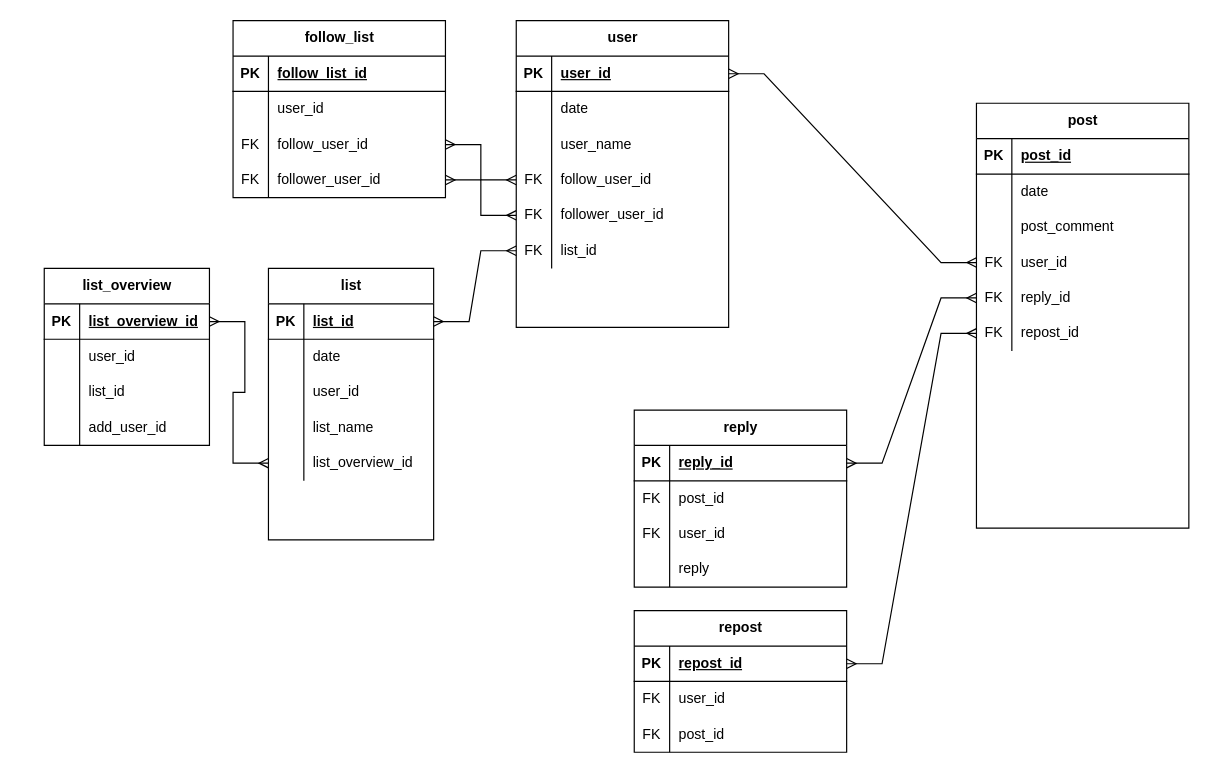
Before: X.drawio in namacosansan/ER, a draw.io diagram. Source tidied: cells renumbered, new cells numbered last; positions are measured from the earlier drawing's top-left corner, leaving out a move shared by most shapes. Both pictures are drawn from the tidied source at 118%, with x=0, y=0 at pixel (44, 20).
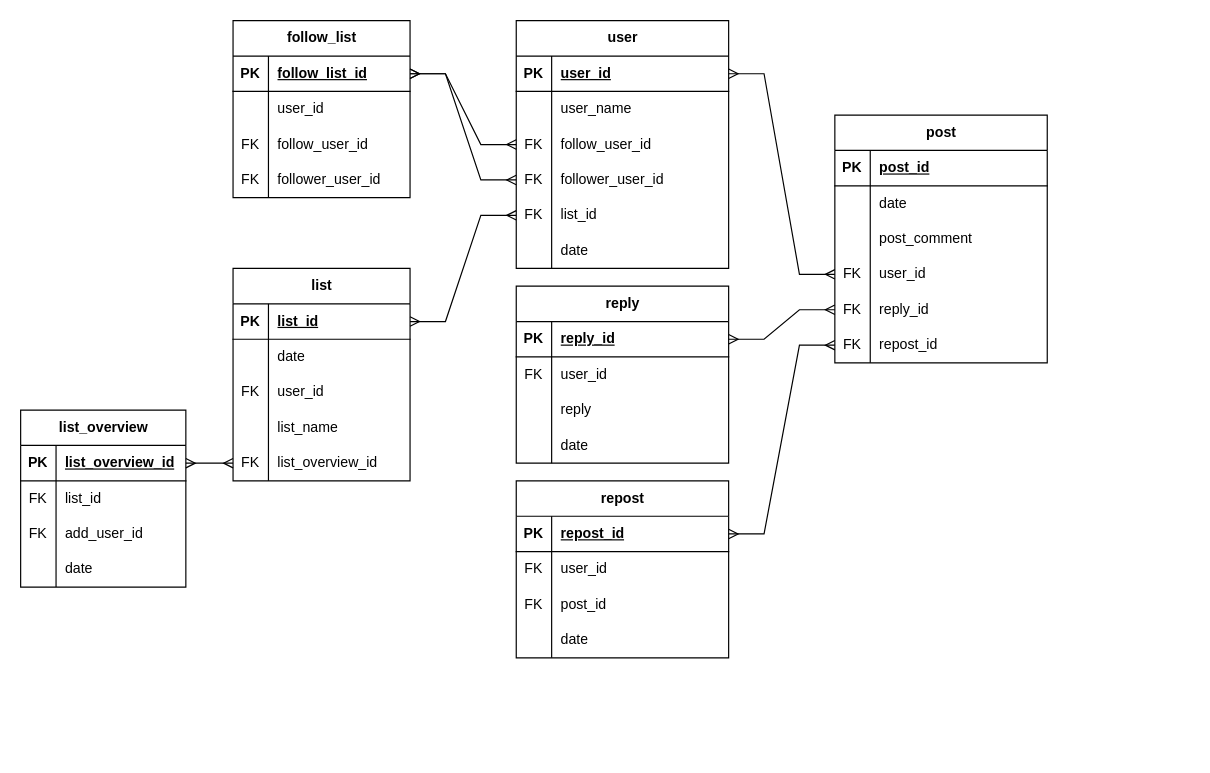
Above is the later version.

Commit message (it also covers changes not shown here):
X.drawio を更新します

The change refers to these unchanged cells:
```xml
<mxCell id="54" style="shape=tableRow;horizontal=0;startSize=0;swimlaneHead=0;swimlaneBody=0;fillColor=none;top=0;left=0;right=0;bottom=0;" parent="44" vertex="1">
  <mxGeometry y="120" width="140" height="30" as="geometry" />
</mxCell>
```

What changed in the source:
```diff
@@
     <mxCell id="2" value="user" style="shape=table;startSize=30;childLayout=tableLayout;rowLines=0;fontStyle=1;align=center;html=1;" parent="1" vertex="1">
-      <mxGeometry x="400" width="180" height="260" as="geometry" />
+      <mxGeometry x="400" width="180" height="210" as="geometry" />
     </mxCell>
@@
-    <mxCell id="6" style="shape=tableRow;horizontal=0;startSize=0;swimlaneHead=0;swimlaneBody=0;fillColor=none;top=0;left=0;right=0;bottom=0;" parent="2" vertex="1">
-      <mxGeometry y="60" width="180" height="30" as="geometry" />
-    </mxCell>
-    <mxCell id="7" style="shape=partialRectangle;fillColor=none;top=0;left=0;bottom=0;right=0;overflow=hidden;whiteSpace=wrap;html=1;" parent="6" vertex="1">
-      <mxGeometry width="30" height="30" as="geometry" />
-    </mxCell>
-    <mxCell id="8" value="date" style="shape=partialRectangle;fillColor=none;top=0;left=0;bottom=0;right=0;align=left;spacingLeft=6;overflow=hidden;whiteSpace=wrap;html=1;" parent="6" vertex="1">
-      <mxGeometry x="30" width="150" height="30" as="geometry" />
-    </mxCell>
     <mxCell id="9" style="shape=tableRow;horizontal=0;startSize=0;swimlaneHead=0;swimlaneBody=0;fillColor=none;top=0;left=0;right=0;bottom=0;" parent="2" vertex="1">
-      <mxGeometry y="90" width="180" height="30" as="geometry" />
+      <mxGeometry y="60" width="180" height="30" as="geometry" />
     </mxCell>
@@
     <mxCell id="12" style="shape=tableRow;horizontal=0;startSize=0;swimlaneHead=0;swimlaneBody=0;fillColor=none;points=[[0,0.5],[1,0.5]];portConstraint=eastwest;top=0;left=0;right=0;bottom=0;" parent="2" vertex="1">
-      <mxGeometry y="120" width="180" height="30" as="geometry" />
+      <mxGeometry y="90" width="180" height="30" as="geometry" />
     </mxCell>
@@
     <mxCell id="15" style="shape=tableRow;horizontal=0;startSize=0;swimlaneHead=0;swimlaneBody=0;fillColor=none;points=[[0,0.5],[1,0.5]];portConstraint=eastwest;top=0;left=0;right=0;bottom=0;" parent="2" vertex="1">
-      <mxGeometry y="150" width="180" height="30" as="geometry" />
+      <mxGeometry y="120" width="180" height="30" as="geometry" />
     </mxCell>
@@
     <mxCell id="18" style="shape=tableRow;horizontal=0;startSize=0;swimlaneHead=0;swimlaneBody=0;fillColor=none;points=[[0,0.5],[1,0.5]];portConstraint=eastwest;top=0;left=0;right=0;bottom=0;" parent="2" vertex="1">
-      <mxGeometry y="180" width="180" height="30" as="geometry" />
+      <mxGeometry y="150" width="180" height="30" as="geometry" />
     </mxCell>
@@
+    <mxCell id="112" style="shape=tableRow;horizontal=0;startSize=0;swimlaneHead=0;swimlaneBody=0;fillColor=none;top=0;left=0;right=0;bottom=0;" parent="2" vertex="1">
+      <mxGeometry y="180" width="180" height="30" as="geometry" />
+    </mxCell>
+    <mxCell id="113" style="shape=partialRectangle;fillColor=none;top=0;left=0;bottom=0;right=0;overflow=hidden;whiteSpace=wrap;html=1;" parent="112" vertex="1">
+      <mxGeometry width="30" height="30" as="geometry" />
+    </mxCell>
+    <mxCell id="114" value="date" style="shape=partialRectangle;fillColor=none;top=0;left=0;bottom=0;right=0;align=left;spacingLeft=6;overflow=hidden;whiteSpace=wrap;html=1;" parent="112" vertex="1">
+      <mxGeometry x="30" width="150" height="30" as="geometry" />
+    </mxCell>
     <mxCell id="21" value="reply" style="shape=table;startSize=30;childLayout=tableLayout;rowLines=0;fontStyle=1;align=center;html=1;" parent="1" vertex="1">
-      <mxGeometry x="500" y="330" width="180" height="150" as="geometry" />
+      <mxGeometry x="400" y="225" width="180" height="150" as="geometry" />
     </mxCell>
@@
-    <mxCell id="25" style="shape=tableRow;horizontal=0;startSize=0;swimlaneHead=0;swimlaneBody=0;fillColor=none;top=0;left=0;right=0;bottom=0;" parent="21" vertex="1">
-      <mxGeometry y="60" width="180" height="30" as="geometry" />
-    </mxCell>
-    <mxCell id="26" value="FK" style="shape=partialRectangle;fillColor=none;top=0;left=0;bottom=0;right=0;overflow=hidden;whiteSpace=wrap;html=1;" parent="25" vertex="1">
-      <mxGeometry width="30" height="30" as="geometry" />
-    </mxCell>
-    <mxCell id="27" value="post_id" style="shape=partialRectangle;fillColor=none;top=0;left=0;bottom=0;right=0;align=left;spacingLeft=6;overflow=hidden;whiteSpace=wrap;html=1;" parent="25" vertex="1">
-      <mxGeometry x="30" width="150" height="30" as="geometry" />
-    </mxCell>
     <mxCell id="28" style="shape=tableRow;horizontal=0;startSize=0;swimlaneHead=0;swimlaneBody=0;fillColor=none;top=0;left=0;right=0;bottom=0;" parent="21" vertex="1">
-      <mxGeometry y="90" width="180" height="30" as="geometry" />
+      <mxGeometry y="60" width="180" height="30" as="geometry" />
     </mxCell>
@@
     <mxCell id="31" style="shape=tableRow;horizontal=0;startSize=0;swimlaneHead=0;swimlaneBody=0;fillColor=none;top=0;left=0;right=0;bottom=0;" parent="21" vertex="1">
-      <mxGeometry y="120" width="180" height="30" as="geometry" />
+      <mxGeometry y="90" width="180" height="30" as="geometry" />
     </mxCell>
@@
+    <mxCell id="115" style="shape=tableRow;horizontal=0;startSize=0;swimlaneHead=0;swimlaneBody=0;fillColor=none;top=0;left=0;right=0;bottom=0;" parent="21" vertex="1">
+      <mxGeometry y="120" width="180" height="30" as="geometry" />
+    </mxCell>
+    <mxCell id="116" style="shape=partialRectangle;fillColor=none;top=0;left=0;bottom=0;right=0;overflow=hidden;whiteSpace=wrap;html=1;" parent="115" vertex="1">
+      <mxGeometry width="30" height="30" as="geometry" />
+    </mxCell>
+    <mxCell id="117" value="date" style="shape=partialRectangle;fillColor=none;top=0;left=0;bottom=0;right=0;align=left;spacingLeft=6;overflow=hidden;whiteSpace=wrap;html=1;" parent="115" vertex="1">
+      <mxGeometry x="30" width="150" height="30" as="geometry" />
+    </mxCell>
     <mxCell id="34" value="repost" style="shape=table;startSize=30;childLayout=tableLayout;rowLines=0;fontStyle=1;align=center;html=1;" parent="1" vertex="1">
-      <mxGeometry x="500" y="500" width="180" height="120" as="geometry" />
+      <mxGeometry x="400" y="390" width="180" height="150" as="geometry" />
     </mxCell>
@@
+    <mxCell id="118" style="shape=tableRow;horizontal=0;startSize=0;swimlaneHead=0;swimlaneBody=0;fillColor=none;top=0;left=0;right=0;bottom=0;" parent="34" vertex="1">
+      <mxGeometry y="120" width="180" height="30" as="geometry" />
+    </mxCell>
+    <mxCell id="119" style="shape=partialRectangle;fillColor=none;top=0;left=0;bottom=0;right=0;overflow=hidden;whiteSpace=wrap;html=1;" parent="118" vertex="1">
+      <mxGeometry width="30" height="30" as="geometry" />
+    </mxCell>
+    <mxCell id="120" value="date" style="shape=partialRectangle;fillColor=none;top=0;left=0;bottom=0;right=0;align=left;spacingLeft=6;overflow=hidden;whiteSpace=wrap;html=1;" parent="118" vertex="1">
+      <mxGeometry x="30" width="150" height="30" as="geometry" />
+    </mxCell>
     <mxCell id="44" value="list_overview" style="shape=table;startSize=30;childLayout=tableLayout;rowLines=0;fontStyle=1;align=center;html=1;" parent="1" vertex="1">
-      <mxGeometry y="210" width="140" height="150" as="geometry" />
+      <mxGeometry x="-20" y="330" width="140" height="150" as="geometry" />
     </mxCell>
@@
-    <mxCell id="48" style="shape=tableRow;horizontal=0;startSize=0;swimlaneHead=0;swimlaneBody=0;fillColor=none;top=0;left=0;right=0;bottom=0;" parent="44" vertex="1">
-      <mxGeometry y="60" width="140" height="30" as="geometry" />
-    </mxCell>
-    <mxCell id="49" style="shape=partialRectangle;fillColor=none;top=0;left=0;bottom=0;right=0;overflow=hidden;whiteSpace=wrap;html=1;" parent="48" vertex="1">
-      <mxGeometry width="30" height="30" as="geometry" />
-    </mxCell>
-    <mxCell id="50" value="user_id" style="shape=partialRectangle;fillColor=none;top=0;left=0;bottom=0;right=0;align=left;spacingLeft=6;overflow=hidden;whiteSpace=wrap;html=1;" parent="48" vertex="1">
-      <mxGeometry x="30" width="110" height="30" as="geometry" />
-    </mxCell>
     <mxCell id="51" style="shape=tableRow;horizontal=0;startSize=0;swimlaneHead=0;swimlaneBody=0;fillColor=none;top=0;left=0;right=0;bottom=0;" parent="44" vertex="1">
-      <mxGeometry y="90" width="140" height="30" as="geometry" />
+      <mxGeometry y="60" width="140" height="30" as="geometry" />
     </mxCell>
-    <mxCell id="52" style="shape=partialRectangle;fillColor=none;top=0;left=0;bottom=0;right=0;overflow=hidden;whiteSpace=wrap;html=1;" parent="51" vertex="1">
+    <mxCell id="52" value="FK" style="shape=partialRectangle;fillColor=none;top=0;left=0;bottom=0;right=0;overflow=hidden;whiteSpace=wrap;html=1;" parent="51" vertex="1">
       <mxGeometry width="30" height="30" as="geometry" />
     </mxCell>
@@
+    <mxCell id="121" style="shape=tableRow;horizontal=0;startSize=0;swimlaneHead=0;swimlaneBody=0;fillColor=none;top=0;left=0;right=0;bottom=0;" parent="44" vertex="1">
+      <mxGeometry y="90" width="140" height="30" as="geometry" />
+    </mxCell>
+    <mxCell id="26" value="FK" style="shape=partialRectangle;fillColor=none;top=0;left=0;bottom=0;right=0;overflow=hidden;whiteSpace=wrap;html=1;" parent="121" vertex="1">
+      <mxGeometry width="30" height="30" as="geometry" />
+    </mxCell>
+    <mxCell id="122" value="add_user_id" style="shape=partialRectangle;fillColor=none;top=0;left=0;bottom=0;right=0;align=left;spacingLeft=6;overflow=hidden;whiteSpace=wrap;html=1;" parent="121" vertex="1">
+      <mxGeometry x="30" width="110" height="30" as="geometry" />
+    </mxCell>
@@
-    <mxCell id="56" value="add_user_id" style="shape=partialRectangle;fillColor=none;top=0;left=0;bottom=0;right=0;align=left;spacingLeft=6;overflow=hidden;whiteSpace=wrap;html=1;" parent="54" vertex="1">
+    <mxCell id="56" value="date" style="shape=partialRectangle;fillColor=none;top=0;left=0;bottom=0;right=0;align=left;spacingLeft=6;overflow=hidden;whiteSpace=wrap;html=1;" parent="54" vertex="1">
       <mxGeometry x="30" width="110" height="30" as="geometry" />
     </mxCell>
     <mxCell id="57" value="list" style="shape=table;startSize=30;childLayout=tableLayout;rowLines=0;fontStyle=1;align=center;html=1;" parent="1" vertex="1">
-      <mxGeometry x="190" y="210" width="140" height="230" as="geometry" />
+      <mxGeometry x="160" y="210" width="150" height="180" as="geometry" />
     </mxCell>
     <mxCell id="58" style="shape=tableRow;horizontal=0;startSize=0;swimlaneHead=0;swimlaneBody=0;fillColor=none;points=[[0,0.5],[1,0.5]];portConstraint=eastwest;top=0;left=0;right=0;bottom=1;" parent="57" vertex="1">
-      <mxGeometry y="30" width="140" height="30" as="geometry" />
+      <mxGeometry y="30" width="150" height="30" as="geometry" />
     </mxCell>
@@
     <mxCell id="60" value="list_id" style="shape=partialRectangle;fillColor=none;top=0;left=0;bottom=0;right=0;align=left;spacingLeft=6;fontStyle=5;overflow=hidden;whiteSpace=wrap;html=1;" parent="58" vertex="1">
-      <mxGeometry x="30" width="110" height="30" as="geometry" />
+      <mxGeometry x="30" width="120" height="30" as="geometry" />
     </mxCell>
     <mxCell id="61" style="shape=tableRow;horizontal=0;startSize=0;swimlaneHead=0;swimlaneBody=0;fillColor=none;top=0;left=0;right=0;bottom=0;" parent="57" vertex="1">
-      <mxGeometry y="60" width="140" height="30" as="geometry" />
+      <mxGeometry y="60" width="150" height="30" as="geometry" />
     </mxCell>
@@
     <mxCell id="63" value="date" style="shape=partialRectangle;fillColor=none;top=0;left=0;bottom=0;right=0;align=left;spacingLeft=6;overflow=hidden;whiteSpace=wrap;html=1;" parent="61" vertex="1">
-      <mxGeometry x="30" width="110" height="30" as="geometry" />
+      <mxGeometry x="30" width="120" height="30" as="geometry" />
     </mxCell>
     <mxCell id="64" style="shape=tableRow;horizontal=0;startSize=0;swimlaneHead=0;swimlaneBody=0;fillColor=none;top=0;left=0;right=0;bottom=0;" parent="57" vertex="1">
-      <mxGeometry y="90" width="140" height="30" as="geometry" />
+      <mxGeometry y="90" width="150" height="30" as="geometry" />
     </mxCell>
-    <mxCell id="65" style="shape=partialRectangle;fillColor=none;top=0;left=0;bottom=0;right=0;overflow=hidden;whiteSpace=wrap;html=1;" parent="64" vertex="1">
+    <mxCell id="65" value="FK" style="shape=partialRectangle;fillColor=none;top=0;left=0;bottom=0;right=0;overflow=hidden;whiteSpace=wrap;html=1;" parent="64" vertex="1">
       <mxGeometry width="30" height="30" as="geometry" />
     </mxCell>
     <mxCell id="66" value="user_id" style="shape=partialRectangle;fillColor=none;top=0;left=0;bottom=0;right=0;align=left;spacingLeft=6;overflow=hidden;whiteSpace=wrap;html=1;" parent="64" vertex="1">
-      <mxGeometry x="30" width="110" height="30" as="geometry" />
+      <mxGeometry x="30" width="120" height="30" as="geometry" />
     </mxCell>
     <mxCell id="67" style="shape=tableRow;horizontal=0;startSize=0;swimlaneHead=0;swimlaneBody=0;fillColor=none;top=0;left=0;right=0;bottom=0;" parent="57" vertex="1">
-      <mxGeometry y="120" width="140" height="30" as="geometry" />
+      <mxGeometry y="120" width="150" height="30" as="geometry" />
     </mxCell>
@@
     <mxCell id="69" value="list_name" style="shape=partialRectangle;fillColor=none;top=0;left=0;bottom=0;right=0;align=left;spacingLeft=6;overflow=hidden;whiteSpace=wrap;html=1;" parent="67" vertex="1">
-      <mxGeometry x="30" width="110" height="30" as="geometry" />
+      <mxGeometry x="30" width="120" height="30" as="geometry" />
     </mxCell>
     <mxCell id="70" style="shape=tableRow;horizontal=0;startSize=0;swimlaneHead=0;swimlaneBody=0;fillColor=none;points=[[0,0.5],[1,0.5]];portConstraint=eastwest;top=0;left=0;right=0;bottom=0;" parent="57" vertex="1">
-      <mxGeometry y="150" width="140" height="30" as="geometry" />
+      <mxGeometry y="150" width="150" height="30" as="geometry" />
     </mxCell>
-    <mxCell id="71" style="shape=partialRectangle;fillColor=none;top=0;left=0;bottom=0;right=0;overflow=hidden;whiteSpace=wrap;html=1;" parent="70" vertex="1">
+    <mxCell id="71" value="FK" style="shape=partialRectangle;fillColor=none;top=0;left=0;bottom=0;right=0;overflow=hidden;whiteSpace=wrap;html=1;" parent="70" vertex="1">
       <mxGeometry width="30" height="30" as="geometry" />
     </mxCell>
     <mxCell id="72" value="list_overview_id" style="shape=partialRectangle;fillColor=none;top=0;left=0;bottom=0;right=0;align=left;spacingLeft=6;overflow=hidden;whiteSpace=wrap;html=1;" parent="70" vertex="1">
-      <mxGeometry x="30" width="110" height="30" as="geometry" />
+      <mxGeometry x="30" width="120" height="30" as="geometry" />
     </mxCell>
     <mxCell id="73" value="follow_list" style="shape=table;startSize=30;childLayout=tableLayout;rowLines=0;fontStyle=1;align=center;html=1;" parent="1" vertex="1">
-      <mxGeometry x="160" width="180" height="150" as="geometry" />
+      <mxGeometry x="160" width="150" height="150" as="geometry" />
     </mxCell>
     <mxCell id="74" style="shape=tableRow;horizontal=0;startSize=0;swimlaneHead=0;swimlaneBody=0;fillColor=none;points=[[0,0.5],[1,0.5]];portConstraint=eastwest;top=0;left=0;right=0;bottom=1;" parent="73" vertex="1">
-      <mxGeometry y="30" width="180" height="30" as="geometry" />
+      <mxGeometry y="30" width="150" height="30" as="geometry" />
     </mxCell>
@@
     <mxCell id="76" value="follow_list_id" style="shape=partialRectangle;fillColor=none;top=0;left=0;bottom=0;right=0;align=left;spacingLeft=6;fontStyle=5;overflow=hidden;whiteSpace=wrap;html=1;" parent="74" vertex="1">
-      <mxGeometry x="30" width="150" height="30" as="geometry" />
+      <mxGeometry x="30" width="120" height="30" as="geometry" />
     </mxCell>
     <mxCell id="77" style="shape=tableRow;horizontal=0;startSize=0;swimlaneHead=0;swimlaneBody=0;fillColor=none;top=0;left=0;right=0;bottom=0;" parent="73" vertex="1">
-      <mxGeometry y="60" width="180" height="30" as="geometry" />
+      <mxGeometry y="60" width="150" height="30" as="geometry" />
     </mxCell>
@@
     <mxCell id="79" value="user_id" style="shape=partialRectangle;fillColor=none;top=0;left=0;bottom=0;right=0;align=left;spacingLeft=6;overflow=hidden;whiteSpace=wrap;html=1;" parent="77" vertex="1">
-      <mxGeometry x="30" width="150" height="30" as="geometry" />
+      <mxGeometry x="30" width="120" height="30" as="geometry" />
     </mxCell>
     <mxCell id="80" style="shape=tableRow;horizontal=0;startSize=0;swimlaneHead=0;swimlaneBody=0;fillColor=none;points=[[0,0.5],[1,0.5]];portConstraint=eastwest;top=0;left=0;right=0;bottom=0;" parent="73" vertex="1">
-      <mxGeometry y="90" width="180" height="30" as="geometry" />
+      <mxGeometry y="90" width="150" height="30" as="geometry" />
     </mxCell>
@@
     <mxCell id="82" value="follow_user_id" style="shape=partialRectangle;fillColor=none;top=0;left=0;bottom=0;right=0;align=left;spacingLeft=6;overflow=hidden;whiteSpace=wrap;html=1;" parent="80" vertex="1">
-      <mxGeometry x="30" width="150" height="30" as="geometry" />
+      <mxGeometry x="30" width="120" height="30" as="geometry" />
     </mxCell>
     <mxCell id="83" style="shape=tableRow;horizontal=0;startSize=0;swimlaneHead=0;swimlaneBody=0;fillColor=none;points=[[0,0.5],[1,0.5]];portConstraint=eastwest;top=0;left=0;right=0;bottom=0;" parent="73" vertex="1">
-      <mxGeometry y="120" width="180" height="30" as="geometry" />
+      <mxGeometry y="120" width="150" height="30" as="geometry" />
     </mxCell>
@@
     <mxCell id="85" value="follower_user_id" style="shape=partialRectangle;fillColor=none;top=0;left=0;bottom=0;right=0;align=left;spacingLeft=6;overflow=hidden;whiteSpace=wrap;html=1;" parent="83" vertex="1">
-      <mxGeometry x="30" width="150" height="30" as="geometry" />
+      <mxGeometry x="30" width="120" height="30" as="geometry" />
     </mxCell>
     <mxCell id="86" value="post" style="shape=table;startSize=30;childLayout=tableLayout;rowLines=0;fontStyle=1;align=center;html=1;" parent="1" vertex="1">
-      <mxGeometry x="790" y="70" width="180" height="360" as="geometry" />
+      <mxGeometry x="670" y="80" width="180" height="210" as="geometry" />
     </mxCell>
@@
-    <mxCell id="105" style="edgeStyle=entityRelationEdgeStyle;fontSize=12;html=1;endArrow=ERmany;startArrow=ERmany;rounded=0;exitX=1;exitY=0.5;exitDx=0;exitDy=0;entryX=0;entryY=0.5;entryDx=0;entryDy=0;" parent="1" edge="1" source="80" target="12">
+    <mxCell id="105" style="edgeStyle=entityRelationEdgeStyle;fontSize=12;html=1;endArrow=ERmany;startArrow=ERmany;rounded=0;exitX=1;exitY=0.5;exitDx=0;exitDy=0;entryX=0;entryY=0.5;entryDx=0;entryDy=0;" parent="1" edge="1" source="74" target="12">
       <mxGeometry relative="1" as="geometry" />
     </mxCell>
-    <mxCell id="106" style="edgeStyle=entityRelationEdgeStyle;fontSize=12;html=1;endArrow=ERmany;startArrow=ERmany;rounded=0;entryX=0;entryY=0.5;entryDx=0;entryDy=0;" parent="1" edge="1" source="83" target="15">
+    <mxCell id="106" style="edgeStyle=entityRelationEdgeStyle;fontSize=12;html=1;endArrow=ERmany;startArrow=ERmany;rounded=0;entryX=0;entryY=0.5;entryDx=0;entryDy=0;exitX=1;exitY=0.5;exitDx=0;exitDy=0;" parent="1" edge="1" source="74" target="15">
       <mxGeometry relative="1" as="geometry" />
     </mxCell>
```
